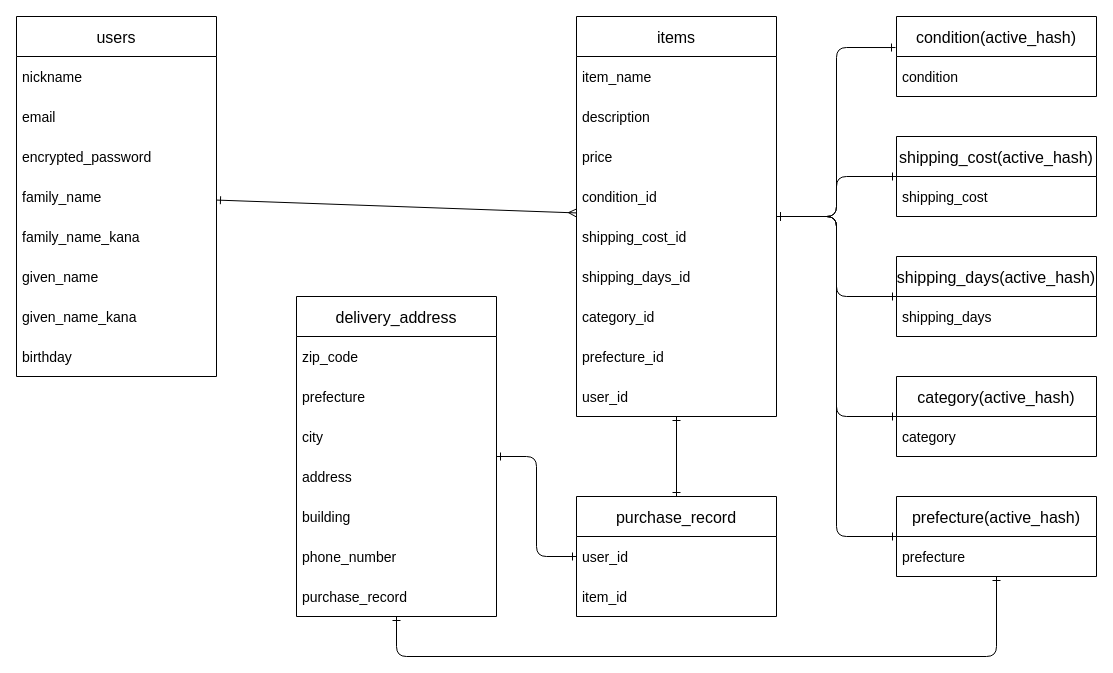
The draw.io diagram er.dio in oyo-112/furima-37147, before the edit. Source tidied: cells renumbered, new cells numbered last; positions are measured from the earlier drawing's top-left corner, leaving out a move shared by most shapes. Both pictures are drawn from the tidied source at 100%, with x=0, y=0 at pixel (16, 16).
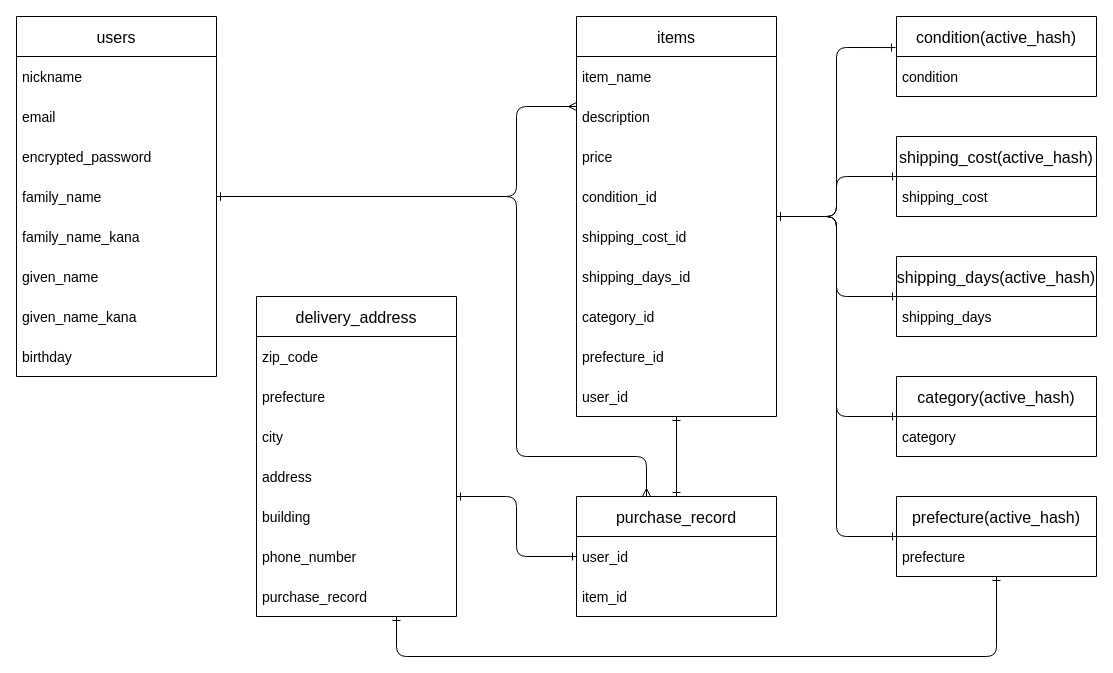
The same diagram, later.

Commit message (it also covers changes not shown here):
usersテーブル修正

アソシエーションに
has_many :purchase_record
を追加

Unchanged cells that the change refers to:
```xml
<mxCell id="3" value="users" style="swimlane;fontStyle=0;horizontal=1;startSize=40;align=center;fontSize=16;" parent="1" vertex="1">
  <mxGeometry width="200" height="360" as="geometry" />
</mxCell>
<mxCell id="7" value="family_name" style="text;strokeColor=none;fillColor=none;spacingLeft=4;spacingRight=4;overflow=hidden;points=[[0,0.5],[1,0.5]];portConstraint=eastwest;fontSize=14;verticalAlign=middle;" parent="3" vertex="1">
  <mxGeometry y="160" width="200" height="40" as="geometry" />
</mxCell>
<mxCell id="17" value="items" style="swimlane;fontStyle=0;horizontal=1;startSize=40;align=center;fontSize=16;" parent="1" vertex="1">
  <mxGeometry x="560" width="200" height="400" as="geometry" />
</mxCell>
<mxCell id="28" value="purchase_record" style="swimlane;fontStyle=0;horizontal=1;startSize=40;align=center;fontSize=16;" parent="1" vertex="1">
  <mxGeometry x="560" y="480" width="200" height="120" as="geometry" />
</mxCell>
```

Diff of the diagram source:
```diff
@@
-    <mxCell id="2" style="edgeStyle=none;html=1;startArrow=ERone;startFill=0;endArrow=ERmany;endFill=0;" parent="1" edge="1" source="3" target="17">
-      <mxGeometry relative="1" as="geometry" />
+    <mxCell id="2" style="edgeStyle=orthogonalEdgeStyle;html=1;startArrow=ERone;startFill=0;endArrow=ERmany;endFill=0;" parent="1" edge="1" source="3" target="17">
+      <mxGeometry relative="1" as="geometry">
+        <Array as="points">
+          <mxPoint x="500" y="180" />
+          <mxPoint x="500" y="90" />
+        </Array>
+      </mxGeometry>
     </mxCell>
@@
     <mxCell id="27" style="edgeStyle=orthogonalEdgeStyle;html=1;startArrow=ERone;startFill=0;endArrow=ERone;endFill=0;" parent="1" edge="1" source="28" target="31">
-      <mxGeometry relative="1" as="geometry" />
+      <mxGeometry relative="1" as="geometry">
+        <Array as="points">
+          <mxPoint x="500" y="540" />
+          <mxPoint x="500" y="480" />
+        </Array>
+      </mxGeometry>
     </mxCell>
@@
     <mxCell id="31" value="delivery_address" style="swimlane;fontStyle=0;horizontal=1;startSize=40;align=center;fontSize=16;" parent="1" vertex="1">
-      <mxGeometry x="280" y="280" width="200" height="320" as="geometry" />
+      <mxGeometry x="240" y="280" width="200" height="320" as="geometry" />
     </mxCell>
@@
+    <mxCell id="51" style="edgeStyle=orthogonalEdgeStyle;html=1;startArrow=ERone;startFill=0;endArrow=ERmany;endFill=0;" parent="1" edge="1" source="7" target="28">
+      <mxGeometry relative="1" as="geometry">
+        <Array as="points">
+          <mxPoint x="500" y="180" />
+          <mxPoint x="500" y="440" />
+          <mxPoint x="630" y="440" />
+        </Array>
+      </mxGeometry>
+    </mxCell>
```
